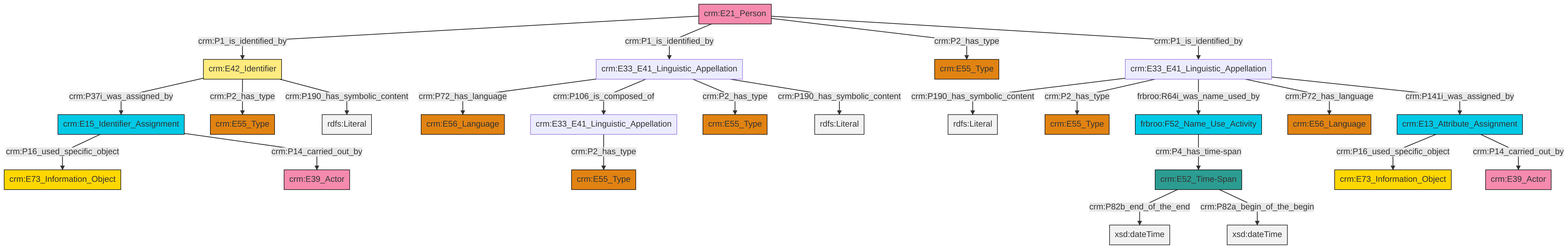
Before: et/personCSV/ttl/mmd/png/Person_Names_and_Classification.png, a diagram exported from Mermaid (swiss-art-research-net/docs.swissartresearch). Its source is kept beside it as et/personCSV/ttl/mmd/Person_Names_and_Classification.ttl.mmd.
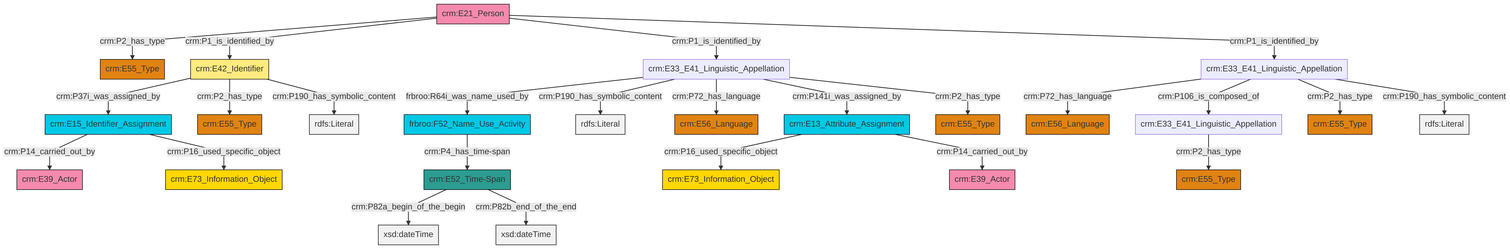
After the commit.

Diff of the diagram source:
```diff
@@ -14,26 +14,26 @@
 classDef Multi fill:#cccccc,stroke:#000000;
 
 0["crm:E42_Identifier"]:::Appellation -->|crm:P37i_was_assigned_by| 1["crm:E15_Identifier_Assignment"]:::Temporal_Entity
-2["crm:E33_E41_Linguistic_Appellation"]:::Default -->|crm:P190_has_symbolic_content| 3[rdfs:Literal]:::Literal
-4["crm:E21_Person"]:::Actor -->|crm:P1_is_identified_by| 0["crm:E42_Identifier"]:::Appellation
-13["crm:E13_Attribute_Assignment"]:::Temporal_Entity -->|crm:P16_used_specific_object| 14["crm:E73_Information_Object"]:::Conceptual_Object
-4["crm:E21_Person"]:::Actor -->|crm:P1_is_identified_by| 16["crm:E33_E41_Linguistic_Appellation"]:::Default
-4["crm:E21_Person"]:::Actor -->|crm:P2_has_type| 17["crm:E55_Type"]:::Type
-9["crm:E33_E41_Linguistic_Appellation"]:::Default -->|crm:P2_has_type| 18["crm:E55_Type"]:::Type
-2["crm:E33_E41_Linguistic_Appellation"]:::Default -->|crm:P2_has_type| 19["crm:E55_Type"]:::Type
-2["crm:E33_E41_Linguistic_Appellation"]:::Default -->|frbroo:R64i_was_name_used_by| 21["frbroo:F52_Name_Use_Activity"]:::Temporal_Entity
-16["crm:E33_E41_Linguistic_Appellation"]:::Default -->|crm:P72_has_language| 7["crm:E56_Language"]:::Type
-13["crm:E13_Attribute_Assignment"]:::Temporal_Entity -->|crm:P14_carried_out_by| 23["crm:E39_Actor"]:::Actor
-1["crm:E15_Identifier_Assignment"]:::Temporal_Entity -->|crm:P16_used_specific_object| 25["crm:E73_Information_Object"]:::Conceptual_Object
-2["crm:E33_E41_Linguistic_Appellation"]:::Default -->|crm:P72_has_language| 27["crm:E56_Language"]:::Type
-2["crm:E33_E41_Linguistic_Appellation"]:::Default -->|crm:P141i_was_assigned_by| 13["crm:E13_Attribute_Assignment"]:::Temporal_Entity
-4["crm:E21_Person"]:::Actor -->|crm:P1_is_identified_by| 2["crm:E33_E41_Linguistic_Appellation"]:::Default
-1["crm:E15_Identifier_Assignment"]:::Temporal_Entity -->|crm:P14_carried_out_by| 5["crm:E39_Actor"]:::Actor
-16["crm:E33_E41_Linguistic_Appellation"]:::Default -->|crm:P106_is_composed_of| 9["crm:E33_E41_Linguistic_Appellation"]:::Default
-0["crm:E42_Identifier"]:::Appellation -->|crm:P2_has_type| 37["crm:E55_Type"]:::Type
-21["frbroo:F52_Name_Use_Activity"]:::Temporal_Entity -->|crm:P4_has_time-span| 31["crm:E52_Time-Span"]:::Time-Span
-31["crm:E52_Time-Span"]:::Time-Span -->|crm:P82b_end_of_the_end| 40[xsd:dateTime]:::Literal
-0["crm:E42_Identifier"]:::Appellation -->|crm:P190_has_symbolic_content| 42[rdfs:Literal]:::Literal
-16["crm:E33_E41_Linguistic_Appellation"]:::Default -->|crm:P2_has_type| 11["crm:E55_Type"]:::Type
-16["crm:E33_E41_Linguistic_Appellation"]:::Default -->|crm:P190_has_symbolic_content| 43[rdfs:Literal]:::Literal
-31["crm:E52_Time-Span"]:::Time-Span -->|crm:P82a_begin_of_the_begin| 46[xsd:dateTime]:::Literal
+4["crm:E33_E41_Linguistic_Appellation"]:::Default -->|crm:P72_has_language| 5["crm:E56_Language"]:::Type
+4["crm:E33_E41_Linguistic_Appellation"]:::Default -->|crm:P106_is_composed_of| 8["crm:E33_E41_Linguistic_Appellation"]:::Default
+11["crm:E13_Attribute_Assignment"]:::Temporal_Entity -->|crm:P16_used_specific_object| 12["crm:E73_Information_Object"]:::Conceptual_Object
+13["crm:E33_E41_Linguistic_Appellation"]:::Default -->|frbroo:R64i_was_name_used_by| 14["frbroo:F52_Name_Use_Activity"]:::Temporal_Entity
+13["crm:E33_E41_Linguistic_Appellation"]:::Default -->|crm:P190_has_symbolic_content| 15[rdfs:Literal]:::Literal
+14["frbroo:F52_Name_Use_Activity"]:::Temporal_Entity -->|crm:P4_has_time-span| 6["crm:E52_Time-Span"]:::Time-Span
+8["crm:E33_E41_Linguistic_Appellation"]:::Default -->|crm:P2_has_type| 16["crm:E55_Type"]:::Type
+0["crm:E42_Identifier"]:::Appellation -->|crm:P2_has_type| 2["crm:E55_Type"]:::Type
+13["crm:E33_E41_Linguistic_Appellation"]:::Default -->|crm:P72_has_language| 17["crm:E56_Language"]:::Type
+13["crm:E33_E41_Linguistic_Appellation"]:::Default -->|crm:P141i_was_assigned_by| 11["crm:E13_Attribute_Assignment"]:::Temporal_Entity
+0["crm:E42_Identifier"]:::Appellation -->|crm:P190_has_symbolic_content| 20[rdfs:Literal]:::Literal
+1["crm:E15_Identifier_Assignment"]:::Temporal_Entity -->|crm:P14_carried_out_by| 9["crm:E39_Actor"]:::Actor
+11["crm:E13_Attribute_Assignment"]:::Temporal_Entity -->|crm:P14_carried_out_by| 21["crm:E39_Actor"]:::Actor
+4["crm:E33_E41_Linguistic_Appellation"]:::Default -->|crm:P2_has_type| 24["crm:E55_Type"]:::Type
+6["crm:E52_Time-Span"]:::Time-Span -->|crm:P82a_begin_of_the_begin| 25[xsd:dateTime]:::Literal
+13["crm:E33_E41_Linguistic_Appellation"]:::Default -->|crm:P2_has_type| 26["crm:E55_Type"]:::Type
+1["crm:E15_Identifier_Assignment"]:::Temporal_Entity -->|crm:P16_used_specific_object| 29["crm:E73_Information_Object"]:::Conceptual_Object
+6["crm:E52_Time-Span"]:::Time-Span -->|crm:P82b_end_of_the_end| 32[xsd:dateTime]:::Literal
+30["crm:E21_Person"]:::Actor -->|crm:P2_has_type| 36["crm:E55_Type"]:::Type
+30["crm:E21_Person"]:::Actor -->|crm:P1_is_identified_by| 0["crm:E42_Identifier"]:::Appellation
+30["crm:E21_Person"]:::Actor -->|crm:P1_is_identified_by| 13["crm:E33_E41_Linguistic_Appellation"]:::Default
+4["crm:E33_E41_Linguistic_Appellation"]:::Default -->|crm:P190_has_symbolic_content| 46[rdfs:Literal]:::Literal
+30["crm:E21_Person"]:::Actor -->|crm:P1_is_identified_by| 4["crm:E33_E41_Linguistic_Appellation"]:::Default
```
